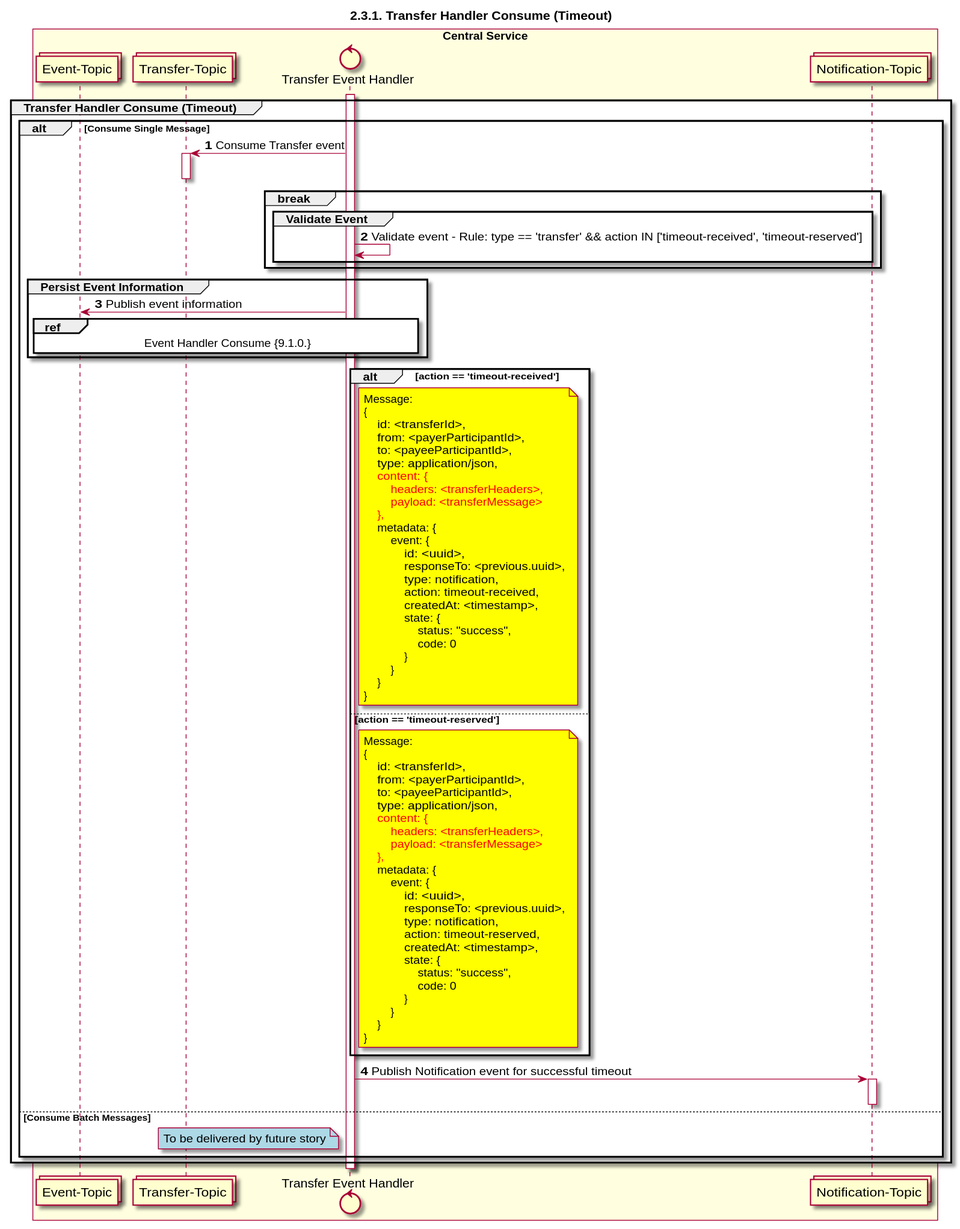
Before: CentralServices/seq_diagrams/seq-timeout-2.3.3.svg, a diagram exported from PlantUML (ggrg/docs). The source it was exported from:
```plantuml
@startuml
title 2.3.1. Transfer Handler Consume (Timeout)

autonumber


collections "Transfer-Topic" as TOPIC_TRANSFERS
control "Transfer Event Handler" as TRANS_HANDLER
collections "Notification-Topic" as TOPIC_NOTIFICATIONS
collections "Event-Topic" as TOPIC_EVENT

box "Central Service" #LightYellow
    participant TOPIC_EVENT
    participant TOPIC_TRANSFERS
    participant TRANS_HANDLER
    participant TOPIC_NOTIFICATIONS
end box

activate TRANS_HANDLER
group Transfer Handler Consume (Timeout)
    alt Consume Single Message
        TOPIC_TRANSFERS <- TRANS_HANDLER: Consume Transfer event
        activate TOPIC_TRANSFERS
        deactivate TOPIC_TRANSFERS

        break
            group Validate Event
                TRANS_HANDLER <-> TRANS_HANDLER: Validate event - Rule: type == 'transfer' && action IN ['timeout-received', 'timeout-reserved']
            end
        end

        group Persist Event Information
            TRANS_HANDLER -> TOPIC_EVENT: Publish event information
	        ref over TRANS_HANDLER, TOPIC_EVENT :  Event Handler Consume {9.1.0.}
        end

        alt action == 'timeout-received'
            note right of TRANS_HANDLER #yellow
                Message:
                {
                    id: <transferId>,
                    from: <payerParticipantId>,
                    to: <payeeParticipantId>,
                    type: application/json,
                    <color #FF0000>content: {</color>
                        <color #FF0000>headers: <transferHeaders>,</color>
                        <color #FF0000>payload: <transferMessage></color>
                    <color #FF0000>},</color>
                    metadata: {
                        event: {
                            id: <uuid>,
                            responseTo: <previous.uuid>,
                            type: notification,
                            action: timeout-received,
                            createdAt: <timestamp>,
                            state: {
                                status: "success",
                                code: 0
                            }
                        }
                    }
                }
            end note
        else action == 'timeout-reserved'
            note right of TRANS_HANDLER #yellow
                Message:
                {
                    id: <transferId>,
                    from: <payerParticipantId>,
                    to: <payeeParticipantId>,
                    type: application/json,
                    <color #FF0000>content: {</color>
                        <color #FF0000>headers: <transferHeaders>,</color>
                        <color #FF0000>payload: <transferMessage></color>
                    <color #FF0000>},</color>
                    metadata: {
                        event: {
                            id: <uuid>,
                            responseTo: <previous.uuid>,
                            type: notification,
                            action: timeout-reserved,
                            createdAt: <timestamp>,
                            state: {
                                status: "success",
                                code: 0
                            }
                        }
                    }
                }
            end note
        end

        TRANS_HANDLER -> TOPIC_NOTIFICATIONS: Publish Notification event for successful timeout
        activate TOPIC_NOTIFICATIONS
        deactivate TOPIC_NOTIFICATIONS


    else Consume Batch Messages
        note left of TRANS_HANDLER #lightblue
            To be delivered by future story
        end note
    end
end
deactivate TRANS_HANDLER
@enduml
```
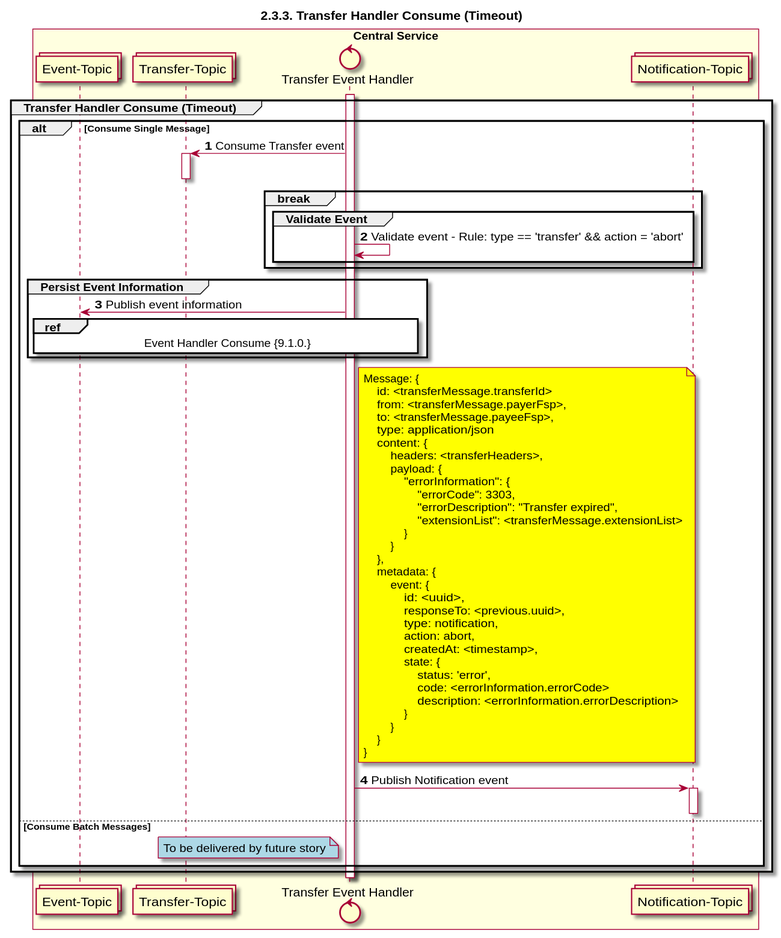
The same file after the commit.

Commit message:
Feature/#393 Design Timeout Handler (#54)

Change to the diagram source:
```diff
@@ -1,5 +1,5 @@
 @startuml
-title 2.3.1. Transfer Handler Consume (Timeout)
+title 2.3.3. Transfer Handler Consume (Timeout)
 
 autonumber
 
@@ -25,7 +25,7 @@
 
         break
             group Validate Event
-                TRANS_HANDLER <-> TRANS_HANDLER: Validate event - Rule: type == 'transfer' && action IN ['timeout-received', 'timeout-reserved']
+                TRANS_HANDLER <-> TRANS_HANDLER: Validate event - Rule: type == 'transfer' && action = 'abort'
             end
         end
 
@@ -34,63 +34,39 @@
 	        ref over TRANS_HANDLER, TOPIC_EVENT :  Event Handler Consume {9.1.0.}
         end
 
-        alt action == 'timeout-received'
-            note right of TRANS_HANDLER #yellow
-                Message:
-                {
-                    id: <transferId>,
-                    from: <payerParticipantId>,
-                    to: <payeeParticipantId>,
-                    type: application/json,
-                    <color #FF0000>content: {</color>
-                        <color #FF0000>headers: <transferHeaders>,</color>
-                        <color #FF0000>payload: <transferMessage></color>
-                    <color #FF0000>},</color>
-                    metadata: {
-                        event: {
-                            id: <uuid>,
-                            responseTo: <previous.uuid>,
-                            type: notification,
-                            action: timeout-received,
-                            createdAt: <timestamp>,
-                            state: {
-                                status: "success",
-                                code: 0
-                            }
+        note right of TRANS_HANDLER #yellow
+            Message: {
+                id: <transferMessage.transferId>
+                from: <transferMessage.payerFsp>,
+                to: <transferMessage.payeeFsp>,
+                type: application/json
+                content: {
+                    headers: <transferHeaders>,
+                    payload: {
+                        "errorInformation": {
+                            "errorCode": 3303,
+                            "errorDescription": "Transfer expired",
+                            "extensionList": <transferMessage.extensionList>
+                        }
+                    }
+                },
+                metadata: {
+                    event: {
+                        id: <uuid>,
+                        responseTo: <previous.uuid>,
+                        type: notification,
+                        action: abort,
+                        createdAt: <timestamp>,
+                        state: {
+                            status: 'error',
+                            code: <errorInformation.errorCode>
+                            description: <errorInformation.errorDescription>
                         }
                     }
                 }
-            end note
-        else action == 'timeout-reserved'
-            note right of TRANS_HANDLER #yellow
-                Message:
-                {
-                    id: <transferId>,
-                    from: <payerParticipantId>,
-                    to: <payeeParticipantId>,
-                    type: application/json,
-                    <color #FF0000>content: {</color>
-                        <color #FF0000>headers: <transferHeaders>,</color>
-                        <color #FF0000>payload: <transferMessage></color>
-                    <color #FF0000>},</color>
-                    metadata: {
-                        event: {
-                            id: <uuid>,
-                            responseTo: <previous.uuid>,
-                            type: notification,
-                            action: timeout-reserved,
-                            createdAt: <timestamp>,
-                            state: {
-                                status: "success",
-                                code: 0
-                            }
-                        }
-                    }
-                }
-            end note
-        end
-
-        TRANS_HANDLER -> TOPIC_NOTIFICATIONS: Publish Notification event for successful timeout
+            }
+        end note
+        TRANS_HANDLER -> TOPIC_NOTIFICATIONS: Publish Notification event
         activate TOPIC_NOTIFICATIONS
         deactivate TOPIC_NOTIFICATIONS
 
```
